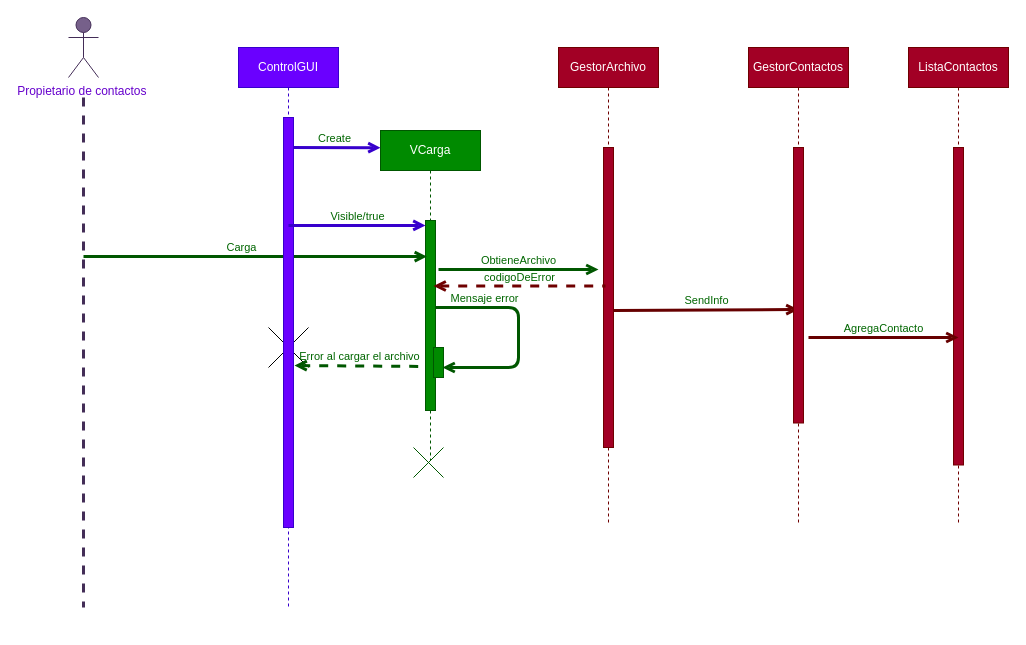
Before: diagramas de secuencia/secuenciaC1.drawio in JuanCarlosGarciaZepeda/SmartScheduler, a draw.io diagram. Source tidied: cells renumbered, new cells numbered last; positions are measured from the earlier drawing's top-left corner, leaving out a move shared by most shapes. Both pictures are drawn from the tidied source at 100%, with x=0, y=0 at pixel (68, 17).
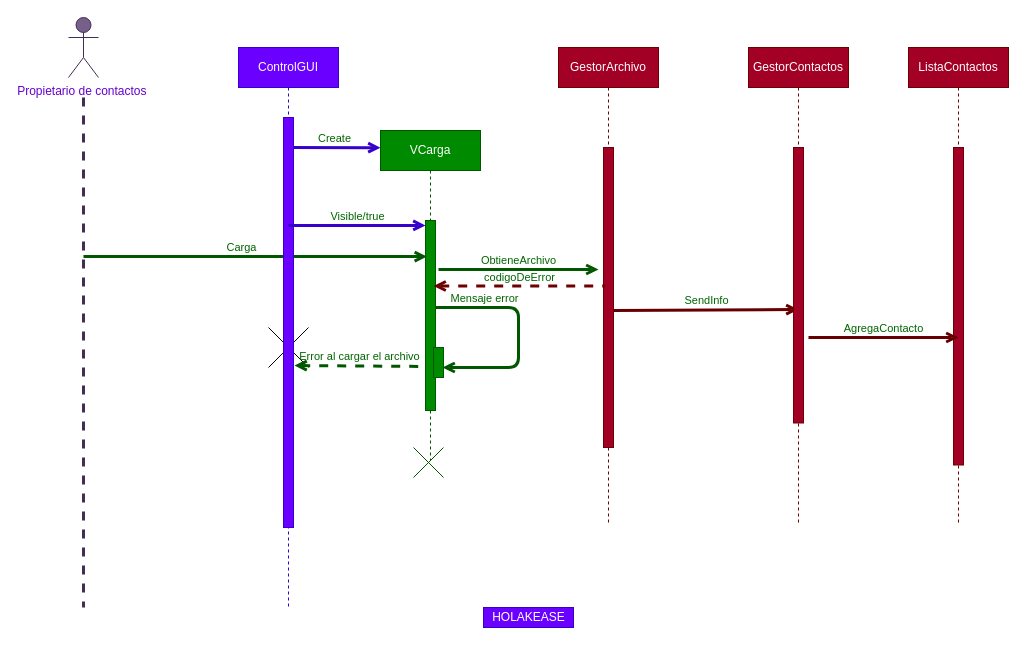
Above is the later version.

Change to the diagram source:
```diff
@@
+    <mxCell id="27" value="HOLAKEASE" style="text;html=1;align=center;verticalAlign=middle;strokeColor=#3700CC;fillColor=#6a00ff;fontColor=#ffffff;" parent="1" vertex="1">
+      <mxGeometry x="415" y="590" width="90" height="20" as="geometry" />
+    </mxCell>
```
